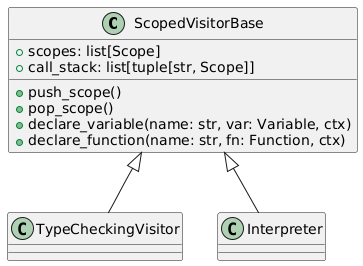
Before: docs/assets/scoped_visitor_base.png, a diagram exported from PlantUML (AdamSzL/NetLangInterpreter). Its diagram source:
```plantuml
@startuml
class ScopedVisitorBase {
    +scopes: list[Scope]
    +call_stack: list[tuple[str, Scope]]
    +push_scope()
    +pop_scope()
    +declare_variable(name: str, var: Variable, ctx)
    +declare_function(name: str, fn: Function, ctx)
}

class TypeCheckingVisitor
class Interpreter

ScopedVisitorBase <|-- TypeCheckingVisitor
ScopedVisitorBase <|-- Interpreter
@enduml
```
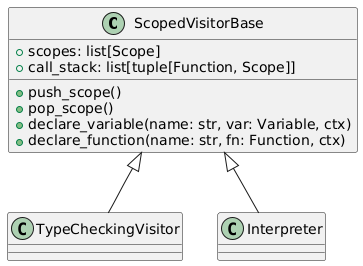
Later version of the same file.

The edit, as a diff of the source:
```diff
@@ -1,7 +1,7 @@
 @startuml
 class ScopedVisitorBase {
     +scopes: list[Scope]
-    +call_stack: list[tuple[str, Scope]]
+    +call_stack: list[tuple[Function, Scope]]
     +push_scope()
     +pop_scope()
     +declare_variable(name: str, var: Variable, ctx)
```
